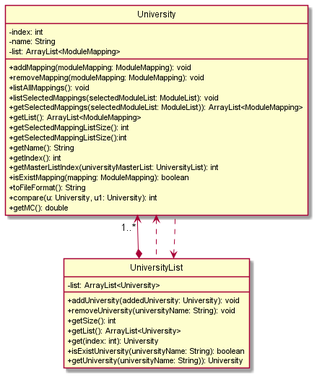
Above: docs/images/universities.png in nus-cs2113-AY2122S1/tp (PlantUML), before the change. Its diagram source:
```plantuml
@startuml
hide circle
skinparam classAttributeIconSize 0
skinparam groupInheritance 2

University "1..*" <--* UniversityList
University <.. UniversityList
UniversityList <.. University

class University {
    - index: int
    - name: String
    - list: ArrayList<ModuleMapping>

    + addMapping(moduleMapping: ModuleMapping): void
    + removeMapping(moduleMapping: ModuleMapping): void
    + listAllMappings(): void
    + listSelectedMappings(selectedModuleList: ModuleList): void
    + getSelectedMappings(selectedModuleList: ModuleList)): ArrayList<ModuleMapping>
    + getList(): ArrayList<ModuleMapping>
    + getSelectedMappingListSize(): int
    + getSelectedMappingListSize():int
    + getName(): String
    + getIndex(): int
    + getMasterListIndex(universityMasterList: UniversityList): int
    + isExistMapping(mapping: ModuleMapping): boolean
    + toFileFormat(): String
    + compare(u: University, u1: University): int
    + getMC(): double
}

Class UniversityList {
    - list: ArrayList<University>

    + addUniversity(addedUniversity: University): void
    + removeUniversity(universityName: String): void
    + getSize(): int
    + getList(): ArrayList<University>
    + get(index: int): University
    + isExistUniversity(universityName: String): boolean
    + getUniversity(universityName: String)): University
}

@enduml
```
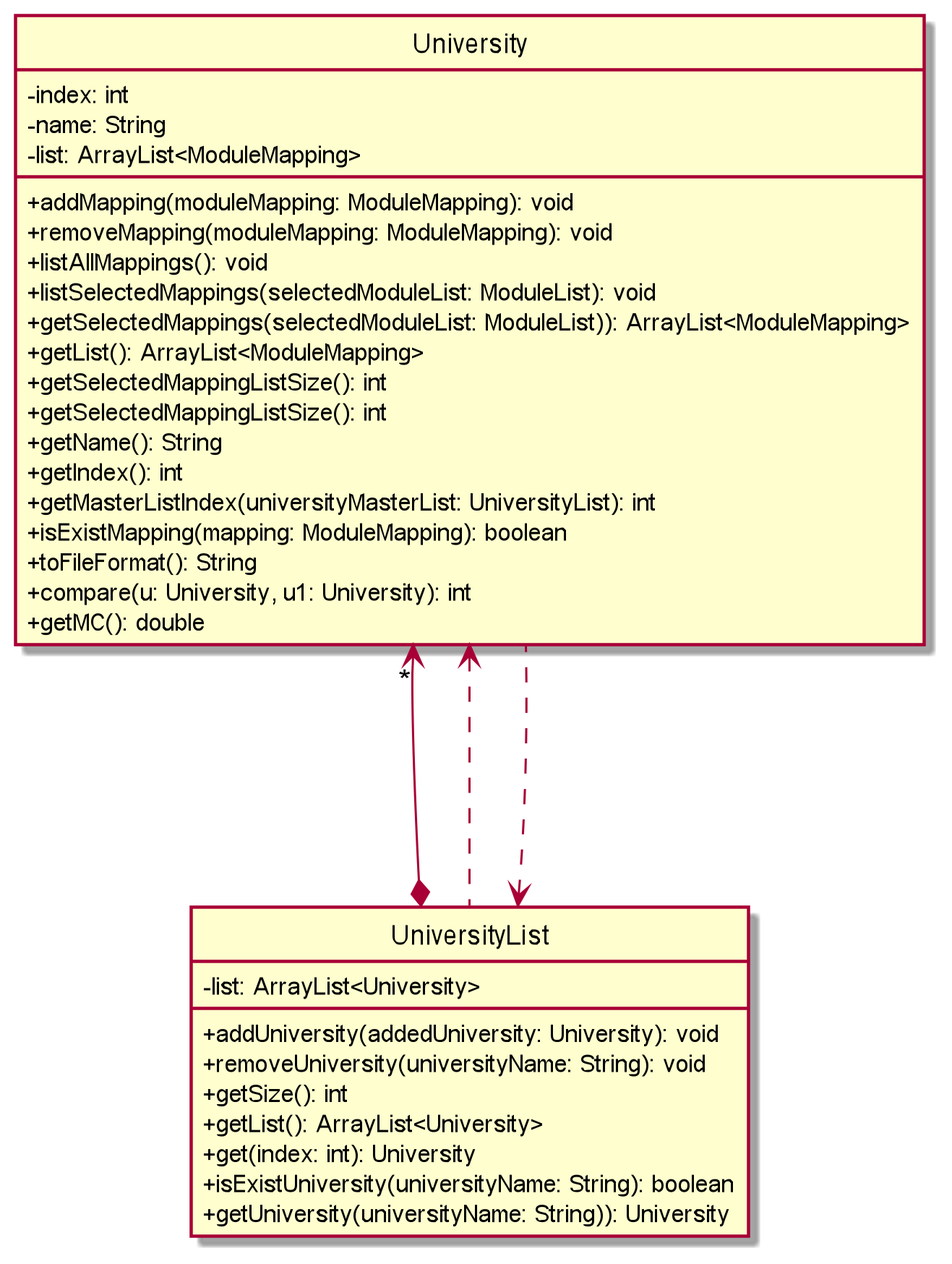
Above is the later version.

The edit, as a diff of the source:
```diff
@@ -3,9 +3,9 @@
 skinparam classAttributeIconSize 0
 skinparam groupInheritance 2
 
-University "1..*" <--* UniversityList
-University <.. UniversityList
-UniversityList <.. University
+University "*" <---* UniversityList
+University <... UniversityList
+UniversityList <... University
 
 class University {
     - index: int
@@ -19,7 +19,7 @@
     + getSelectedMappings(selectedModuleList: ModuleList)): ArrayList<ModuleMapping>
     + getList(): ArrayList<ModuleMapping>
     + getSelectedMappingListSize(): int
-    + getSelectedMappingListSize():int
+    + getSelectedMappingListSize(): int
     + getName(): String
     + getIndex(): int
     + getMasterListIndex(universityMasterList: UniversityList): int
```
